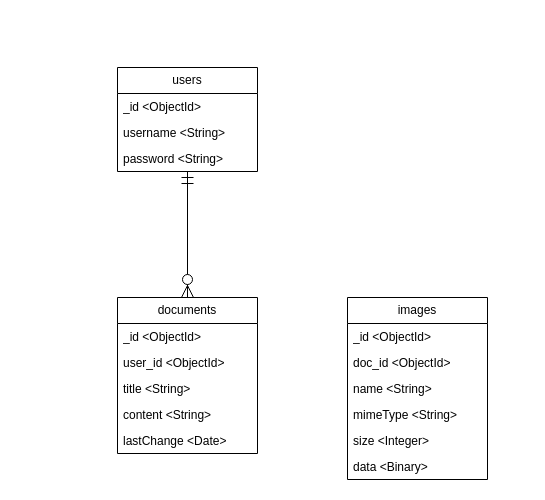
This is docs/Database/database_Schema.drawio from MortnMLE/Red, a draw.io file, before an edit. Source tidied: cells renumbered, new cells numbered last; positions are measured from the earlier drawing's top-left corner, leaving out a move shared by most shapes. Both pictures are drawn from the tidied source at 100%, with x=0, y=0 at pixel (117, 67).
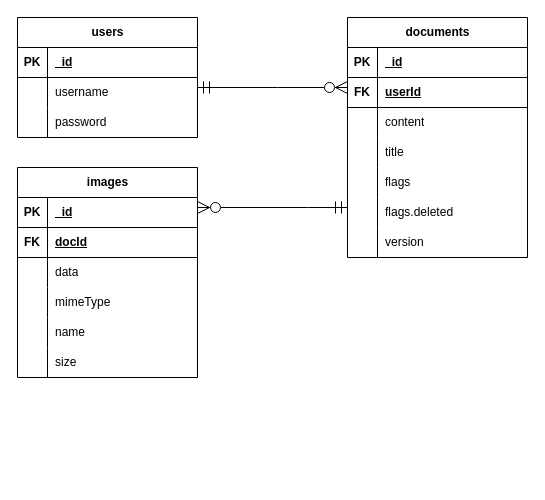
After the change.

Change to the diagram source:
```diff
@@
-    <mxCell id="2" value="users" style="swimlane;fontStyle=0;horizontal=1;startSize=26;fillColor=none;whiteSpace=wrap;html=1;" parent="1" vertex="1">
-      <mxGeometry width="140" height="104" as="geometry" />
+    <mxCell id="2" value="users" style="shape=table;startSize=30;childLayout=tableLayout;rowLines=0;fontStyle=1;align=center;html=1;" parent="1" vertex="1">
+      <mxGeometry x="-100" y="-50" width="180" height="120" as="geometry" />
     </mxCell>
-    <mxCell id="3" value="_id &amp;lt;ObjectId&amp;gt;" style="text;strokeColor=none;fillColor=none;align=left;verticalAlign=top;spacingLeft=4;spacingRight=4;overflow=hidden;whiteSpace=wrap;html=1;" parent="2" vertex="1">
-      <mxGeometry y="26" width="140" height="26" as="geometry" />
-    </mxCell>
-    <mxCell id="4" value="username &amp;lt;String&amp;gt;" style="text;strokeColor=none;fillColor=none;align=left;verticalAlign=top;spacingLeft=4;spacingRight=4;overflow=hidden;whiteSpace=wrap;html=1;" parent="2" vertex="1">
-      <mxGeometry y="52" width="140" height="26" as="geometry" />
-    </mxCell>
-    <mxCell id="5" value="password &amp;lt;String&amp;gt;" style="text;strokeColor=none;fillColor=none;align=left;verticalAlign=top;spacingLeft=4;spacingRight=4;overflow=hidden;whiteSpace=wrap;html=1;" parent="2" vertex="1">
-      <mxGeometry y="78" width="140" height="26" as="geometry" />
-    </mxCell>
+    <mxCell id="20" style="shape=tableRow;horizontal=0;startSize=0;swimlaneHead=0;swimlaneBody=0;fillColor=none;top=0;left=0;right=0;bottom=1;" parent="2" vertex="1">
+      <mxGeometry y="30" width="180" height="30" as="geometry" />
+    </mxCell>
+    <mxCell id="21" value="PK" style="shape=partialRectangle;fillColor=none;top=0;left=0;bottom=0;right=0;fontStyle=1;overflow=hidden;whiteSpace=wrap;html=1;" parent="20" vertex="1">
+      <mxGeometry width="30" height="30" as="geometry" />
+    </mxCell>
+    <mxCell id="22" value="_id" style="shape=partialRectangle;fillColor=none;top=0;left=0;bottom=0;right=0;align=left;spacingLeft=6;fontStyle=5;overflow=hidden;whiteSpace=wrap;html=1;" parent="20" vertex="1">
+      <mxGeometry x="30" width="150" height="30" as="geometry" />
+    </mxCell>
+    <mxCell id="23" style="shape=tableRow;horizontal=0;startSize=0;swimlaneHead=0;swimlaneBody=0;fillColor=none;top=0;left=0;right=0;bottom=0;" parent="2" vertex="1">
+      <mxGeometry y="60" width="180" height="30" as="geometry" />
+    </mxCell>
+    <mxCell id="24" style="shape=partialRectangle;fillColor=none;top=0;left=0;bottom=0;right=0;overflow=hidden;whiteSpace=wrap;html=1;" parent="23" vertex="1">
+      <mxGeometry width="30" height="30" as="geometry" />
+    </mxCell>
+    <mxCell id="25" value="username" style="shape=partialRectangle;fillColor=none;top=0;left=0;bottom=0;right=0;align=left;spacingLeft=6;overflow=hidden;whiteSpace=wrap;html=1;" parent="23" vertex="1">
+      <mxGeometry x="30" width="150" height="30" as="geometry" />
+    </mxCell>
+    <mxCell id="26" style="shape=tableRow;horizontal=0;startSize=0;swimlaneHead=0;swimlaneBody=0;fillColor=none;top=0;left=0;right=0;bottom=0;" parent="2" vertex="1">
+      <mxGeometry y="90" width="180" height="30" as="geometry" />
+    </mxCell>
+    <mxCell id="27" style="shape=partialRectangle;fillColor=none;top=0;left=0;bottom=0;right=0;overflow=hidden;whiteSpace=wrap;html=1;" parent="26" vertex="1">
+      <mxGeometry width="30" height="30" as="geometry" />
+    </mxCell>
+    <mxCell id="28" value="password" style="shape=partialRectangle;fillColor=none;top=0;left=0;bottom=0;right=0;align=left;spacingLeft=6;overflow=hidden;whiteSpace=wrap;html=1;" parent="26" vertex="1">
+      <mxGeometry x="30" width="150" height="30" as="geometry" />
+    </mxCell>
-    <mxCell id="6" value="documents" style="swimlane;fontStyle=0;horizontal=1;startSize=26;fillColor=none;whiteSpace=wrap;html=1;" parent="1" vertex="1">
-      <mxGeometry y="230" width="140" height="156" as="geometry" />
+    <mxCell id="6" value="documents" style="shape=table;startSize=30;childLayout=tableLayout;rowLines=0;fontStyle=1;align=center;html=1;" parent="1" vertex="1">
+      <mxGeometry x="230" y="-50" width="180" height="240" as="geometry" />
     </mxCell>
-    <mxCell id="7" value="_id &amp;lt;ObjectId&amp;gt;" style="text;strokeColor=none;fillColor=none;align=left;verticalAlign=top;spacingLeft=4;spacingRight=4;overflow=hidden;whiteSpace=wrap;html=1;" parent="6" vertex="1">
-      <mxGeometry y="26" width="140" height="26" as="geometry" />
-    </mxCell>
-    <mxCell id="8" value="user_id &amp;lt;ObjectId&amp;gt;" style="text;strokeColor=none;fillColor=none;align=left;verticalAlign=top;spacingLeft=4;spacingRight=4;overflow=hidden;whiteSpace=wrap;html=1;" parent="6" vertex="1">
-      <mxGeometry y="52" width="140" height="26" as="geometry" />
-    </mxCell>
-    <mxCell id="9" value="title &amp;lt;String&amp;gt;" style="text;strokeColor=none;fillColor=none;align=left;verticalAlign=top;spacingLeft=4;spacingRight=4;overflow=hidden;whiteSpace=wrap;html=1;" parent="6" vertex="1">
-      <mxGeometry y="78" width="140" height="26" as="geometry" />
-    </mxCell>
-    <mxCell id="10" value="content &amp;lt;String&amp;gt;" style="text;strokeColor=none;fillColor=none;align=left;verticalAlign=top;spacingLeft=4;spacingRight=4;overflow=hidden;whiteSpace=wrap;html=1;" parent="6" vertex="1">
-      <mxGeometry y="104" width="140" height="26" as="geometry" />
-    </mxCell>
-    <mxCell id="11" value="lastChange &amp;lt;Date&amp;gt;" style="text;strokeColor=none;fillColor=none;align=left;verticalAlign=top;spacingLeft=4;spacingRight=4;overflow=hidden;whiteSpace=wrap;html=1;" parent="6" vertex="1">
-      <mxGeometry y="130" width="140" height="26" as="geometry" />
-    </mxCell>
+    <mxCell id="29" style="shape=tableRow;horizontal=0;startSize=0;swimlaneHead=0;swimlaneBody=0;fillColor=none;top=0;left=0;right=0;bottom=1;" parent="6" vertex="1">
+      <mxGeometry y="30" width="180" height="30" as="geometry" />
+    </mxCell>
+    <mxCell id="30" value="PK" style="shape=partialRectangle;fillColor=none;top=0;left=0;bottom=0;right=0;fontStyle=1;overflow=hidden;whiteSpace=wrap;html=1;" parent="29" vertex="1">
+      <mxGeometry width="30" height="30" as="geometry" />
+    </mxCell>
+    <mxCell id="31" value="_id" style="shape=partialRectangle;fillColor=none;top=0;left=0;bottom=0;right=0;align=left;spacingLeft=6;fontStyle=5;overflow=hidden;whiteSpace=wrap;html=1;" parent="29" vertex="1">
+      <mxGeometry x="30" width="150" height="30" as="geometry" />
+    </mxCell>
+    <mxCell id="32" style="shape=tableRow;horizontal=0;startSize=0;swimlaneHead=0;swimlaneBody=0;fillColor=none;top=0;left=0;right=0;bottom=1;" parent="6" vertex="1">
+      <mxGeometry y="60" width="180" height="30" as="geometry" />
+    </mxCell>
+    <mxCell id="33" value="FK" style="shape=partialRectangle;fillColor=none;top=0;left=0;bottom=0;right=0;fontStyle=1;overflow=hidden;whiteSpace=wrap;html=1;" parent="32" vertex="1">
+      <mxGeometry width="30" height="30" as="geometry" />
+    </mxCell>
+    <mxCell id="34" value="userId" style="shape=partialRectangle;fillColor=none;top=0;left=0;bottom=0;right=0;align=left;spacingLeft=6;fontStyle=5;overflow=hidden;whiteSpace=wrap;html=1;" parent="32" vertex="1">
+      <mxGeometry x="30" width="150" height="30" as="geometry" />
+    </mxCell>
+    <mxCell id="35" style="shape=tableRow;horizontal=0;startSize=0;swimlaneHead=0;swimlaneBody=0;fillColor=none;top=0;left=0;right=0;bottom=0;" parent="6" vertex="1">
+      <mxGeometry y="90" width="180" height="30" as="geometry" />
+    </mxCell>
+    <mxCell id="36" style="shape=partialRectangle;fillColor=none;top=0;left=0;bottom=0;right=0;overflow=hidden;whiteSpace=wrap;html=1;" parent="35" vertex="1">
+      <mxGeometry width="30" height="30" as="geometry" />
+    </mxCell>
+    <mxCell id="37" value="content" style="shape=partialRectangle;fillColor=none;top=0;left=0;bottom=0;right=0;align=left;spacingLeft=6;overflow=hidden;whiteSpace=wrap;html=1;" parent="35" vertex="1">
+      <mxGeometry x="30" width="150" height="30" as="geometry" />
+    </mxCell>
+    <mxCell id="38" style="shape=tableRow;horizontal=0;startSize=0;swimlaneHead=0;swimlaneBody=0;fillColor=none;top=0;left=0;right=0;bottom=0;" parent="6" vertex="1">
+      <mxGeometry y="120" width="180" height="30" as="geometry" />
+    </mxCell>
+    <mxCell id="39" style="shape=partialRectangle;fillColor=none;top=0;left=0;bottom=0;right=0;overflow=hidden;whiteSpace=wrap;html=1;" parent="38" vertex="1">
+      <mxGeometry width="30" height="30" as="geometry" />
+    </mxCell>
+    <mxCell id="40" value="title" style="shape=partialRectangle;fillColor=none;top=0;left=0;bottom=0;right=0;align=left;spacingLeft=6;overflow=hidden;whiteSpace=wrap;html=1;" parent="38" vertex="1">
+      <mxGeometry x="30" width="150" height="30" as="geometry" />
+    </mxCell>
+    <mxCell id="41" style="shape=tableRow;horizontal=0;startSize=0;swimlaneHead=0;swimlaneBody=0;fillColor=none;top=0;left=0;right=0;bottom=0;" parent="6" vertex="1">
+      <mxGeometry y="150" width="180" height="30" as="geometry" />
+    </mxCell>
+    <mxCell id="42" style="shape=partialRectangle;fillColor=none;top=0;left=0;bottom=0;right=0;overflow=hidden;whiteSpace=wrap;html=1;" parent="41" vertex="1">
+      <mxGeometry width="30" height="30" as="geometry" />
+    </mxCell>
+    <mxCell id="43" value="flags" style="shape=partialRectangle;fillColor=none;top=0;left=0;bottom=0;right=0;align=left;spacingLeft=6;overflow=hidden;whiteSpace=wrap;html=1;" parent="41" vertex="1">
+      <mxGeometry x="30" width="150" height="30" as="geometry" />
+    </mxCell>
+    <mxCell id="44" style="shape=tableRow;horizontal=0;startSize=0;swimlaneHead=0;swimlaneBody=0;fillColor=none;top=0;left=0;right=0;bottom=0;" parent="6" vertex="1">
+      <mxGeometry y="180" width="180" height="30" as="geometry" />
+    </mxCell>
+    <mxCell id="45" style="shape=partialRectangle;fillColor=none;top=0;left=0;bottom=0;right=0;overflow=hidden;whiteSpace=wrap;html=1;" parent="44" vertex="1">
+      <mxGeometry width="30" height="30" as="geometry" />
+    </mxCell>
+    <mxCell id="46" value="flags.deleted" style="shape=partialRectangle;fillColor=none;top=0;left=0;bottom=0;right=0;align=left;spacingLeft=6;overflow=hidden;whiteSpace=wrap;html=1;" parent="44" vertex="1">
+      <mxGeometry x="30" width="150" height="30" as="geometry" />
+    </mxCell>
+    <mxCell id="47" style="shape=tableRow;horizontal=0;startSize=0;swimlaneHead=0;swimlaneBody=0;fillColor=none;top=0;left=0;right=0;bottom=0;" parent="6" vertex="1">
+      <mxGeometry y="210" width="180" height="30" as="geometry" />
+    </mxCell>
+    <mxCell id="48" style="shape=partialRectangle;fillColor=none;top=0;left=0;bottom=0;right=0;overflow=hidden;whiteSpace=wrap;html=1;" parent="47" vertex="1">
+      <mxGeometry width="30" height="30" as="geometry" />
+    </mxCell>
+    <mxCell id="49" value="version" style="shape=partialRectangle;fillColor=none;top=0;left=0;bottom=0;right=0;align=left;spacingLeft=6;overflow=hidden;whiteSpace=wrap;html=1;" parent="47" vertex="1">
+      <mxGeometry x="30" width="150" height="30" as="geometry" />
+    </mxCell>
+    <mxCell id="13" value="images" style="shape=table;startSize=30;childLayout=tableLayout;rowLines=0;fontStyle=1;align=center;html=1;" parent="1" vertex="1">
+      <mxGeometry x="-100" y="100" width="180" height="210" as="geometry" />
+    </mxCell>
+    <mxCell id="50" style="shape=tableRow;horizontal=0;startSize=0;swimlaneHead=0;swimlaneBody=0;fillColor=none;top=0;left=0;right=0;bottom=1;" parent="13" vertex="1">
+      <mxGeometry y="30" width="180" height="30" as="geometry" />
+    </mxCell>
+    <mxCell id="51" value="PK" style="shape=partialRectangle;fillColor=none;top=0;left=0;bottom=0;right=0;fontStyle=1;overflow=hidden;whiteSpace=wrap;html=1;" parent="50" vertex="1">
+      <mxGeometry width="30" height="30" as="geometry" />
+    </mxCell>
+    <mxCell id="52" value="_id" style="shape=partialRectangle;fillColor=none;top=0;left=0;bottom=0;right=0;align=left;spacingLeft=6;fontStyle=5;overflow=hidden;whiteSpace=wrap;html=1;" parent="50" vertex="1">
+      <mxGeometry x="30" width="150" height="30" as="geometry" />
+    </mxCell>
+    <mxCell id="53" style="shape=tableRow;horizontal=0;startSize=0;swimlaneHead=0;swimlaneBody=0;fillColor=none;top=0;left=0;right=0;bottom=1;" parent="13" vertex="1">
+      <mxGeometry y="60" width="180" height="30" as="geometry" />
+    </mxCell>
+    <mxCell id="54" value="FK" style="shape=partialRectangle;fillColor=none;top=0;left=0;bottom=0;right=0;fontStyle=1;overflow=hidden;whiteSpace=wrap;html=1;" parent="53" vertex="1">
+      <mxGeometry width="30" height="30" as="geometry" />
+    </mxCell>
+    <mxCell id="55" value="docId" style="shape=partialRectangle;fillColor=none;top=0;left=0;bottom=0;right=0;align=left;spacingLeft=6;fontStyle=5;overflow=hidden;whiteSpace=wrap;html=1;" parent="53" vertex="1">
+      <mxGeometry x="30" width="150" height="30" as="geometry" />
+    </mxCell>
+    <mxCell id="56" style="shape=tableRow;horizontal=0;startSize=0;swimlaneHead=0;swimlaneBody=0;fillColor=none;top=0;left=0;right=0;bottom=0;" parent="13" vertex="1">
+      <mxGeometry y="90" width="180" height="30" as="geometry" />
+    </mxCell>
+    <mxCell id="57" style="shape=partialRectangle;fillColor=none;top=0;left=0;bottom=0;right=0;overflow=hidden;whiteSpace=wrap;html=1;" parent="56" vertex="1">
+      <mxGeometry width="30" height="30" as="geometry" />
+    </mxCell>
+    <mxCell id="58" value="data" style="shape=partialRectangle;fillColor=none;top=0;left=0;bottom=0;right=0;align=left;spacingLeft=6;overflow=hidden;whiteSpace=wrap;html=1;" parent="56" vertex="1">
+      <mxGeometry x="30" width="150" height="30" as="geometry" />
+    </mxCell>
+    <mxCell id="59" style="shape=tableRow;horizontal=0;startSize=0;swimlaneHead=0;swimlaneBody=0;fillColor=none;top=0;left=0;right=0;bottom=0;" parent="13" vertex="1">
+      <mxGeometry y="120" width="180" height="30" as="geometry" />
+    </mxCell>
+    <mxCell id="60" style="shape=partialRectangle;fillColor=none;top=0;left=0;bottom=0;right=0;overflow=hidden;whiteSpace=wrap;html=1;" parent="59" vertex="1">
+      <mxGeometry width="30" height="30" as="geometry" />
+    </mxCell>
+    <mxCell id="61" value="mimeType" style="shape=partialRectangle;fillColor=none;top=0;left=0;bottom=0;right=0;align=left;spacingLeft=6;overflow=hidden;whiteSpace=wrap;html=1;" parent="59" vertex="1">
+      <mxGeometry x="30" width="150" height="30" as="geometry" />
+    </mxCell>
+    <mxCell id="62" style="shape=tableRow;horizontal=0;startSize=0;swimlaneHead=0;swimlaneBody=0;fillColor=none;top=0;left=0;right=0;bottom=0;" parent="13" vertex="1">
+      <mxGeometry y="150" width="180" height="30" as="geometry" />
+    </mxCell>
+    <mxCell id="63" style="shape=partialRectangle;fillColor=none;top=0;left=0;bottom=0;right=0;overflow=hidden;whiteSpace=wrap;html=1;" parent="62" vertex="1">
+      <mxGeometry width="30" height="30" as="geometry" />
+    </mxCell>
+    <mxCell id="64" value="name" style="shape=partialRectangle;fillColor=none;top=0;left=0;bottom=0;right=0;align=left;spacingLeft=6;overflow=hidden;whiteSpace=wrap;html=1;" parent="62" vertex="1">
+      <mxGeometry x="30" width="150" height="30" as="geometry" />
+    </mxCell>
+    <mxCell id="65" style="shape=tableRow;horizontal=0;startSize=0;swimlaneHead=0;swimlaneBody=0;fillColor=none;top=0;left=0;right=0;bottom=0;" parent="13" vertex="1">
+      <mxGeometry y="180" width="180" height="30" as="geometry" />
+    </mxCell>
+    <mxCell id="66" style="shape=partialRectangle;fillColor=none;top=0;left=0;bottom=0;right=0;overflow=hidden;whiteSpace=wrap;html=1;" parent="65" vertex="1">
+      <mxGeometry width="30" height="30" as="geometry" />
+    </mxCell>
+    <mxCell id="67" value="size" style="shape=partialRectangle;fillColor=none;top=0;left=0;bottom=0;right=0;align=left;spacingLeft=6;overflow=hidden;whiteSpace=wrap;html=1;" parent="65" vertex="1">
+      <mxGeometry x="30" width="150" height="30" as="geometry" />
+    </mxCell>
-    <mxCell id="12" style="edgeStyle=orthogonalEdgeStyle;fontSize=12;html=1;endArrow=ERzeroToMany;startArrow=ERmandOne;rounded=0;strokeWidth=1;endSize=10;startSize=10;" parent="1" edge="1" source="2" target="6">
-      <mxGeometry relative="1" as="geometry" />
+    <mxCell id="12" style="edgeStyle=orthogonalEdgeStyle;fontSize=12;html=1;endArrow=ERzeroToMany;startArrow=ERmandOne;rounded=0;strokeWidth=1;endSize=10;startSize=10;endFill=0;" parent="1" edge="1" source="2" target="6">
+      <mxGeometry relative="1" as="geometry">
+        <Array as="points">
+          <mxPoint x="160" y="20" />
+          <mxPoint x="160" y="20" />
+        </Array>
+      </mxGeometry>
     </mxCell>
-    <mxCell id="13" value="images" style="swimlane;fontStyle=0;horizontal=1;startSize=26;fillColor=none;whiteSpace=wrap;html=1;" parent="1" vertex="1">
-      <mxGeometry x="230" y="230" width="140" height="182" as="geometry" />
-    </mxCell>
-    <mxCell id="14" value="_id &amp;lt;ObjectId&amp;gt;" style="text;strokeColor=none;fillColor=none;align=left;verticalAlign=top;spacingLeft=4;spacingRight=4;overflow=hidden;whiteSpace=wrap;html=1;" parent="13" vertex="1">
-      <mxGeometry y="26" width="140" height="26" as="geometry" />
-    </mxCell>
-    <mxCell id="15" value="doc_id &amp;lt;ObjectId&amp;gt;" style="text;strokeColor=none;fillColor=none;align=left;verticalAlign=top;spacingLeft=4;spacingRight=4;overflow=hidden;whiteSpace=wrap;html=1;" parent="13" vertex="1">
-      <mxGeometry y="52" width="140" height="26" as="geometry" />
-    </mxCell>
-    <mxCell id="16" value="name &amp;lt;String&amp;gt;" style="text;strokeColor=none;fillColor=none;align=left;verticalAlign=top;spacingLeft=4;spacingRight=4;overflow=hidden;whiteSpace=wrap;html=1;" parent="13" vertex="1">
-      <mxGeometry y="78" width="140" height="26" as="geometry" />
-    </mxCell>
-    <mxCell id="17" value="mimeType &amp;lt;String&amp;gt;" style="text;strokeColor=none;fillColor=none;align=left;verticalAlign=top;spacingLeft=4;spacingRight=4;overflow=hidden;whiteSpace=wrap;html=1;" parent="13" vertex="1">
-      <mxGeometry y="104" width="140" height="26" as="geometry" />
-    </mxCell>
-    <mxCell id="18" value="size &amp;lt;Integer&amp;gt;" style="text;strokeColor=none;fillColor=none;align=left;verticalAlign=top;spacingLeft=4;spacingRight=4;overflow=hidden;whiteSpace=wrap;html=1;" parent="13" vertex="1">
-      <mxGeometry y="130" width="140" height="26" as="geometry" />
-    </mxCell>
-    <mxCell id="19" value="data &amp;lt;Binary&amp;gt;" style="text;strokeColor=none;fillColor=none;align=left;verticalAlign=top;spacingLeft=4;spacingRight=4;overflow=hidden;whiteSpace=wrap;html=1;" parent="13" vertex="1">
-      <mxGeometry y="156" width="140" height="26" as="geometry" />
-    </mxCell>
+    <mxCell id="68" style="edgeStyle=orthogonalEdgeStyle;fontSize=12;html=1;endArrow=ERzeroToMany;startArrow=ERmandOne;rounded=0;strokeWidth=1;endSize=10;startSize=10;endFill=0;" parent="1" edge="1" source="6" target="13">
+      <mxGeometry relative="1" as="geometry">
+        <Array as="points">
+          <mxPoint x="190" y="140" />
+          <mxPoint x="190" y="140" />
+        </Array>
+      </mxGeometry>
+    </mxCell>
```
